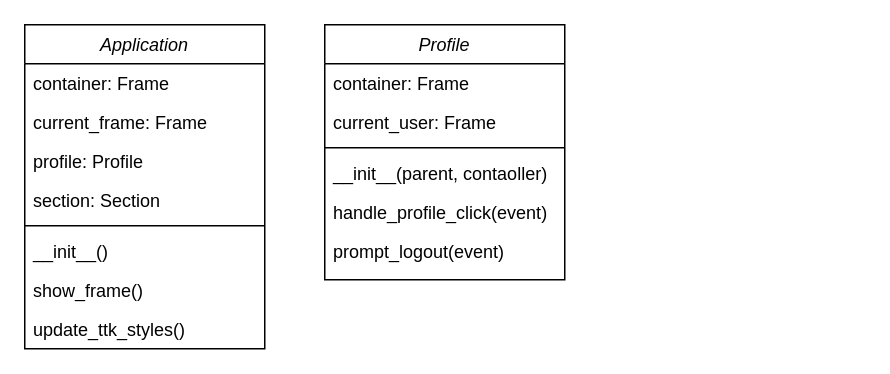
team-hydr8/class_diagrams keeps this draw.io diagram as Team HYDR-8 (Frontend UML Class Diagram).drawio.drawio. Above is the earlier version. Source tidied: cells renumbered, new cells numbered last; positions are measured from the earlier drawing's top-left corner, leaving out a move shared by most shapes. Both pictures are drawn from the tidied source at 150%, with x=0, y=0 at pixel (24, 24).
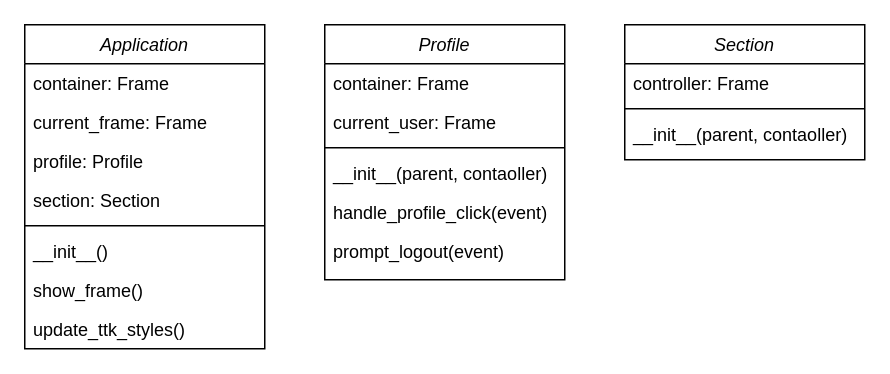
The same diagram, later.

The edit, as a diff of the source:
```diff
@@
+    <mxCell id="18" value="Section" style="swimlane;fontStyle=2;align=center;verticalAlign=top;horizontal=1;startSize=26;rounded=0;shadow=0;strokeWidth=1;" parent="1" vertex="1">
+      <mxGeometry x="400" width="160" height="90" as="geometry" />
+    </mxCell>
+    <mxCell id="19" value="controller: Frame" style="text;align=left;verticalAlign=top;spacingLeft=4;spacingRight=4;overflow=hidden;rounded=0;shadow=0;html=0;" parent="18" vertex="1">
+      <mxGeometry y="26" width="160" height="26" as="geometry" />
+    </mxCell>
+    <mxCell id="20" style="line;html=1;strokeWidth=1;align=left;verticalAlign=middle;spacingTop=-1;spacingLeft=3;spacingRight=3;labelPosition=right;" parent="18" vertex="1">
+      <mxGeometry y="52" width="160" height="8" as="geometry" />
+    </mxCell>
+    <mxCell id="21" value="__init__(parent, contaoller)" style="text;align=left;verticalAlign=top;spacingLeft=4;spacingRight=4;overflow=hidden;" parent="18" vertex="1">
+      <mxGeometry y="60" width="160" height="26" as="geometry" />
+    </mxCell>
```
